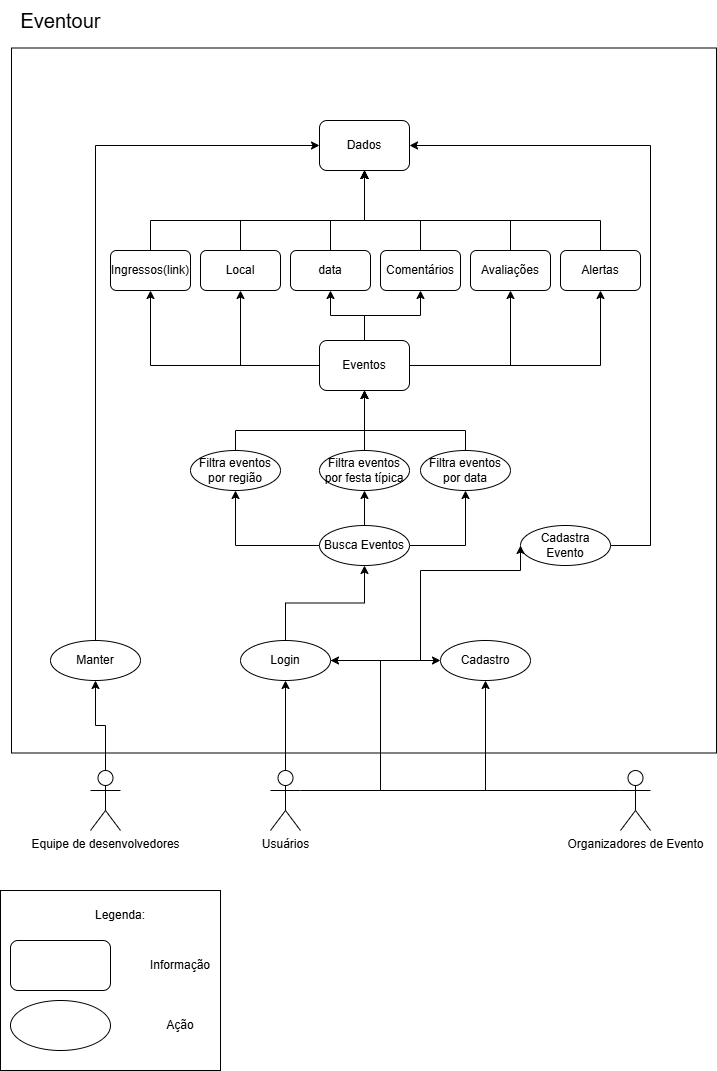
Earlier version of the draw.io export docs/Base/assets/richpicture/Elias.png (UnBArqDsw2024-2/2024.2_G5_Turismo_Entrega_01). Source tidied: cells renumbered, new cells last; positions are measured from the earlier drawing's top-left corner, leaving out a move shared by most shapes.
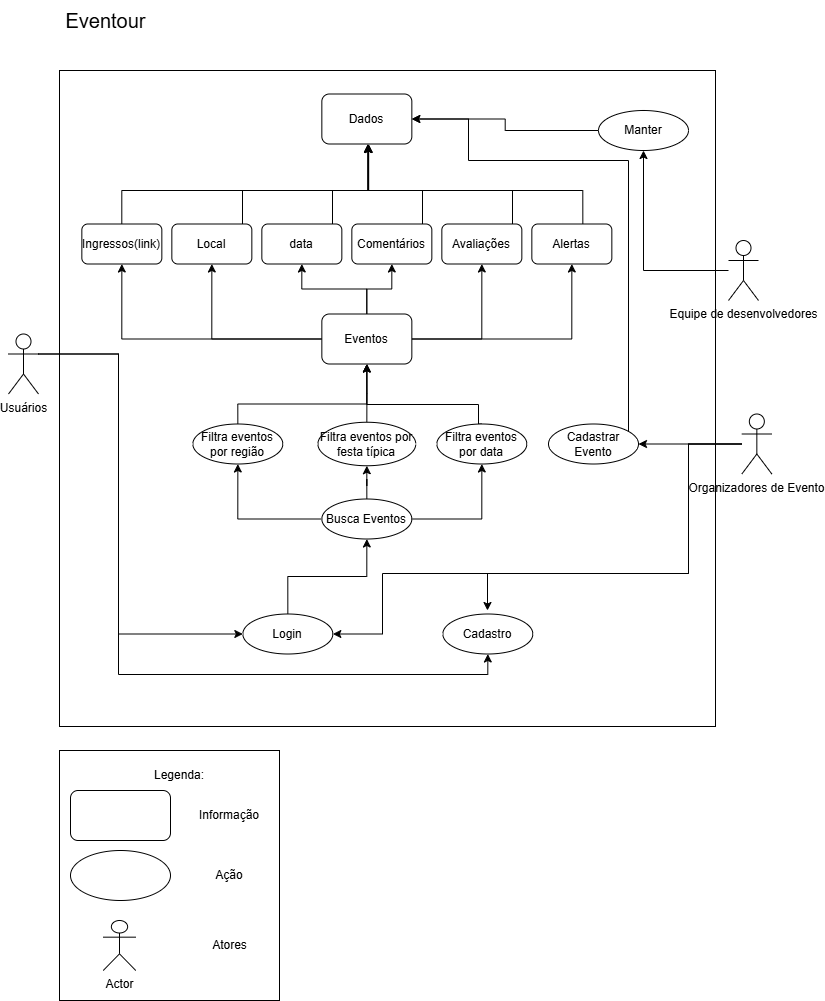
The same diagram one commit later.

What changed in the source:
```diff
@@ -3,19 +3,33 @@
     <mxCell id="0" />
     <mxCell id="1" parent="0" />
     <mxCell id="2" style="rounded=0;whiteSpace=wrap;html=1;" parent="1" vertex="1">
-      <mxGeometry y="890" width="220" height="180" as="geometry" />
+      <mxGeometry x="11" y="780" width="220" height="250" as="geometry" />
     </mxCell>
     <mxCell id="3" value="&lt;span style=&quot;color: rgba(0, 0, 0, 0); font-family: monospace; font-size: 0px; text-align: start; text-wrap-mode: nowrap;&quot;&gt;%3CmxGraphModel%3E%3Croot%3E%3CmxCell%20id%3D%220%22%2F%3E%3CmxCell%20id%3D%221%22%20parent%3D%220%22%2F%3E%3CmxCell%20id%3D%222%22%20value%3D%22Busca%20Eventos%22%20style%3D%22ellipse%3BwhiteSpace%3Dwrap%3Bhtml%3D1%3B%22%20vertex%3D%221%22%20parent%3D%221%22%3E%3CmxGeometry%20x%3D%22250%22%20y%3D%22350%22%20width%3D%2290%22%20height%3D%2240%22%20as%3D%22geometry%22%2F%3E%3C%2FmxCell%3E%3C%2Froot%3E%3C%2FmxGraphModel%3E&lt;/span&gt;" style="whiteSpace=wrap;html=1;fontStyle=1;" parent="1" vertex="1">
-      <mxGeometry x="11" y="47.5" width="705" height="705" as="geometry" />
+      <mxGeometry x="11" y="100" width="656" height="656" as="geometry" />
     </mxCell>
-    <mxCell id="4" style="edgeStyle=orthogonalEdgeStyle;rounded=0;jettySize=auto;html=1;" parent="1" edge="1" source="5" target="23">
-      <mxGeometry relative="1" as="geometry" />
+    <mxCell id="4" style="edgeStyle=orthogonalEdgeStyle;rounded=0;jettySize=auto;html=1;exitX=1;exitY=0.3333333333333333;exitDx=0;exitDy=0;exitPerimeter=0;entryX=0;entryY=0.5;entryDx=0;entryDy=0;" parent="1" edge="1" source="5" target="23">
+      <mxGeometry relative="1" as="geometry">
+        <Array as="points">
+          <mxPoint x="70" y="384" />
+          <mxPoint x="70" y="664" />
+        </Array>
+      </mxGeometry>
     </mxCell>
+    <mxCell id="28" style="edgeStyle=orthogonalEdgeStyle;rounded=0;jettySize=auto;html=1;exitX=1;exitY=0.3333333333333333;exitDx=0;exitDy=0;exitPerimeter=0;entryX=0.5;entryY=1;entryDx=0;entryDy=0;" parent="1" edge="1" source="5" target="17">
+      <mxGeometry relative="1" as="geometry">
+        <Array as="points">
+          <mxPoint x="70" y="384" />
+          <mxPoint x="70" y="704" />
+          <mxPoint x="439" y="704" />
+        </Array>
+      </mxGeometry>
+    </mxCell>
     <mxCell id="5" value="Usuários" style="shape=umlActor;verticalLabelPosition=bottom;verticalAlign=top;html=1;outlineConnect=0;" parent="1" vertex="1">
-      <mxGeometry x="270" y="770" width="30" height="60" as="geometry" />
+      <mxGeometry x="-40" y="363.5" width="30" height="60" as="geometry" />
     </mxCell>
     <mxCell id="6" style="rounded=1;whiteSpace=wrap;html=1;" parent="1" vertex="1">
-      <mxGeometry x="10" y="940" width="100" height="50" as="geometry" />
+      <mxGeometry x="22" y="820" width="100" height="50" as="geometry" />
     </mxCell>
     <mxCell id="7" style="edgeStyle=orthogonalEdgeStyle;rounded=0;jettySize=auto;html=1;entryX=0.5;entryY=1;entryDx=0;entryDy=0;" parent="1" edge="1" source="10" target="30">
       <mxGeometry relative="1" as="geometry" />
@@ -27,158 +41,154 @@
       <mxGeometry relative="1" as="geometry" />
     </mxCell>
     <mxCell id="10" value="Busca Eventos" style="ellipse;whiteSpace=wrap;html=1;" parent="1" vertex="1">
-      <mxGeometry x="319" y="525" width="90" height="40" as="geometry" />
+      <mxGeometry x="273.3" y="528.5" width="90" height="40" as="geometry" />
     </mxCell>
     <mxCell id="11" style="ellipse;whiteSpace=wrap;html=1;" parent="1" vertex="1">
-      <mxGeometry x="10" y="1000" width="100" height="50" as="geometry" />
+      <mxGeometry x="22" y="880" width="100" height="50" as="geometry" />
     </mxCell>
     <mxCell id="12" style="edgeStyle=orthogonalEdgeStyle;rounded=0;jettySize=auto;html=1;entryX=0.5;entryY=1;entryDx=0;entryDy=0;" parent="1" edge="1" source="13" target="49">
       <mxGeometry relative="1" as="geometry">
         <Array as="points">
-          <mxPoint x="235" y="430" />
-          <mxPoint x="364" y="430" />
+          <mxPoint x="189.3" y="433.5" />
+          <mxPoint x="318.3" y="433.5" />
         </Array>
       </mxGeometry>
     </mxCell>
     <mxCell id="13" value="Filtra eventos por região" style="ellipse;whiteSpace=wrap;html=1;" parent="1" vertex="1">
-      <mxGeometry x="190" y="450" width="90" height="40" as="geometry" />
+      <mxGeometry x="144.3" y="453.5" width="90" height="40" as="geometry" />
     </mxCell>
     <mxCell id="14" value="Dados" style="rounded=1;whiteSpace=wrap;html=1;" parent="1" vertex="1">
-      <mxGeometry x="319" y="120" width="90" height="50" as="geometry" />
+      <mxGeometry x="273.3" y="123.5" width="90" height="50" as="geometry" />
     </mxCell>
     <mxCell id="15" style="edgeStyle=orthogonalEdgeStyle;rounded=0;jettySize=auto;html=1;entryX=1;entryY=0.5;entryDx=0;entryDy=0;" parent="1" edge="1" source="16" target="14">
       <mxGeometry relative="1" as="geometry">
         <Array as="points">
-          <mxPoint x="650" y="545" />
-          <mxPoint x="650" y="145" />
+          <mxPoint x="580" y="190" />
+          <mxPoint x="420" y="190" />
+          <mxPoint x="420" y="149" />
         </Array>
       </mxGeometry>
     </mxCell>
-    <mxCell id="16" value="Cadastra Evento" style="ellipse;whiteSpace=wrap;html=1;" parent="1" vertex="1">
-      <mxGeometry x="520" y="525" width="90" height="40" as="geometry" />
+    <mxCell id="16" value="Cadastrar Evento" style="ellipse;whiteSpace=wrap;html=1;" parent="1" vertex="1">
+      <mxGeometry x="500" y="453.5" width="90" height="40" as="geometry" />
     </mxCell>
     <mxCell id="17" value="Cadastro" style="ellipse;whiteSpace=wrap;html=1;" parent="1" vertex="1">
-      <mxGeometry x="440" y="640" width="90" height="40" as="geometry" />
+      <mxGeometry x="394.3" y="643.5" width="90" height="40" as="geometry" />
     </mxCell>
-    <mxCell id="18" style="edgeStyle=orthogonalEdgeStyle;rounded=0;jettySize=auto;html=1;entryX=0.5;entryY=1;entryDx=0;entryDy=0;" parent="1" edge="1" source="20" target="17">
+    <mxCell id="18" style="edgeStyle=orthogonalEdgeStyle;rounded=0;jettySize=auto;html=1;" parent="1" edge="1" source="20">
       <mxGeometry relative="1" as="geometry">
+        <mxPoint x="439" y="640" as="targetPoint" />
         <Array as="points">
-          <mxPoint x="485" y="790" />
+          <mxPoint x="640" y="473" />
+          <mxPoint x="640" y="603" />
+          <mxPoint x="439" y="603" />
         </Array>
       </mxGeometry>
     </mxCell>
     <mxCell id="19" style="edgeStyle=orthogonalEdgeStyle;rounded=0;jettySize=auto;html=1;entryX=1;entryY=0.5;entryDx=0;entryDy=0;" parent="1" edge="1" source="20" target="23">
       <mxGeometry relative="1" as="geometry">
         <Array as="points">
-          <mxPoint x="380" y="790" />
-          <mxPoint x="380" y="660" />
+          <mxPoint x="640" y="473" />
+          <mxPoint x="640" y="603" />
+          <mxPoint x="334" y="603" />
+          <mxPoint x="334" y="663" />
         </Array>
       </mxGeometry>
     </mxCell>
+    <mxCell id="56" style="edgeStyle=orthogonalEdgeStyle;rounded=0;jettySize=auto;html=1;entryX=1;entryY=0.5;entryDx=0;entryDy=0;" parent="1" edge="1" source="20" target="16">
+      <mxGeometry relative="1" as="geometry" />
+    </mxCell>
     <mxCell id="20" value="Organizadores de Evento" style="shape=umlActor;verticalLabelPosition=bottom;verticalAlign=top;html=1;outlineConnect=0;" parent="1" vertex="1">
-      <mxGeometry x="620" y="770" width="30" height="60" as="geometry" />
+      <mxGeometry x="693.3" y="443.5" width="30" height="60" as="geometry" />
     </mxCell>
     <mxCell id="21" style="edgeStyle=orthogonalEdgeStyle;rounded=0;jettySize=auto;html=1;entryX=0.5;entryY=1;entryDx=0;entryDy=0;" parent="1" edge="1" source="23" target="10">
       <mxGeometry relative="1" as="geometry" />
     </mxCell>
-    <mxCell id="22" style="edgeStyle=orthogonalEdgeStyle;rounded=0;jettySize=auto;html=1;entryX=0;entryY=0.5;entryDx=0;entryDy=0;" parent="1" edge="1" source="23" target="16">
-      <mxGeometry relative="1" as="geometry">
-        <Array as="points">
-          <mxPoint x="420" y="660" />
-          <mxPoint x="420" y="570" />
-          <mxPoint x="520" y="570" />
-        </Array>
-      </mxGeometry>
-    </mxCell>
     <mxCell id="23" value="Login" style="ellipse;whiteSpace=wrap;html=1;" parent="1" vertex="1">
-      <mxGeometry x="240" y="640" width="90" height="40" as="geometry" />
+      <mxGeometry x="194.3" y="643.5" width="90" height="40" as="geometry" />
     </mxCell>
     <mxCell id="24" value="Legenda:" style="text;html=1;align=center;verticalAlign=middle;whiteSpace=wrap;rounded=0;" parent="1" vertex="1">
-      <mxGeometry x="90" y="900" width="60" height="30" as="geometry" />
+      <mxGeometry x="101" y="790" width="60" height="30" as="geometry" />
     </mxCell>
     <mxCell id="25" value="Informação" style="text;html=1;align=center;verticalAlign=middle;whiteSpace=wrap;rounded=0;" parent="1" vertex="1">
-      <mxGeometry x="150" y="950" width="60" height="30" as="geometry" />
+      <mxGeometry x="151" y="830" width="60" height="30" as="geometry" />
     </mxCell>
     <mxCell id="26" value="Ação" style="text;html=1;align=center;verticalAlign=middle;whiteSpace=wrap;rounded=0;" parent="1" vertex="1">
-      <mxGeometry x="150" y="1010" width="60" height="30" as="geometry" />
+      <mxGeometry x="151" y="890" width="60" height="30" as="geometry" />
     </mxCell>
     <mxCell id="27" value="&lt;font style=&quot;font-size: 20px;&quot;&gt;Eventour&lt;/font&gt;" style="text;html=1;align=center;verticalAlign=middle;whiteSpace=wrap;rounded=0;" parent="1" vertex="1">
-      <mxGeometry x="16.7" width="86.7" height="40" as="geometry" />
+      <mxGeometry x="14.3" y="30" width="86.7" height="40" as="geometry" />
     </mxCell>
-    <mxCell id="28" style="edgeStyle=orthogonalEdgeStyle;rounded=0;jettySize=auto;html=1;entryX=0;entryY=0.5;entryDx=0;entryDy=0;exitX=1;exitY=0.3333333333333333;exitDx=0;exitDy=0;exitPerimeter=0;" parent="1" edge="1" source="5" target="17">
-      <mxGeometry relative="1" as="geometry">
-        <Array as="points">
-          <mxPoint x="380" y="790" />
-          <mxPoint x="380" y="660" />
-        </Array>
-      </mxGeometry>
-    </mxCell>
     <mxCell id="29" style="edgeStyle=orthogonalEdgeStyle;rounded=0;jettySize=auto;html=1;" parent="1" edge="1" source="30" target="49">
       <mxGeometry relative="1" as="geometry" />
     </mxCell>
     <mxCell id="30" value="Filtra eventos por festa típica" style="ellipse;whiteSpace=wrap;html=1;" parent="1" vertex="1">
-      <mxGeometry x="319" y="450" width="90" height="40" as="geometry" />
+      <mxGeometry x="269.4" y="451.8" width="97.9" height="43.5" as="geometry" />
     </mxCell>
-    <mxCell id="31" style="edgeStyle=orthogonalEdgeStyle;rounded=0;jettySize=auto;html=1;entryX=0.5;entryY=1;entryDx=0;entryDy=0;" parent="1" edge="1" source="32" target="14">
+    <mxCell id="31" style="edgeStyle=orthogonalEdgeStyle;rounded=0;jettySize=auto;html=1;entryX=0.52;entryY=1.011;entryDx=0;entryDy=0;entryPerimeter=0;" parent="1" edge="1" source="32" target="14">
       <mxGeometry relative="1" as="geometry">
         <Array as="points">
-          <mxPoint x="240" y="220" />
-          <mxPoint x="364" y="220" />
+          <mxPoint x="194" y="220" />
+          <mxPoint x="320" y="220" />
+          <mxPoint x="320" y="174" />
         </Array>
       </mxGeometry>
     </mxCell>
     <mxCell id="32" value="Local" style="rounded=1;whiteSpace=wrap;html=1;" parent="1" vertex="1">
-      <mxGeometry x="200" y="250" width="80" height="40" as="geometry" />
+      <mxGeometry x="123.3" y="253.5" width="80" height="40" as="geometry" />
     </mxCell>
-    <mxCell id="33" style="edgeStyle=orthogonalEdgeStyle;rounded=0;jettySize=auto;html=1;entryX=0.5;entryY=1;entryDx=0;entryDy=0;" parent="1" edge="1" source="34" target="14">
+    <mxCell id="33" style="edgeStyle=orthogonalEdgeStyle;rounded=0;jettySize=auto;html=1;entryX=0.519;entryY=1;entryDx=0;entryDy=0;entryPerimeter=0;" parent="1" edge="1" source="34" target="14">
       <mxGeometry relative="1" as="geometry">
         <Array as="points">
-          <mxPoint x="330" y="220" />
-          <mxPoint x="364" y="220" />
+          <mxPoint x="284" y="220" />
+          <mxPoint x="320" y="220" />
         </Array>
       </mxGeometry>
     </mxCell>
     <mxCell id="34" value="data" style="rounded=1;whiteSpace=wrap;html=1;" parent="1" vertex="1">
-      <mxGeometry x="290" y="250" width="80" height="40" as="geometry" />
+      <mxGeometry x="213.3" y="253.5" width="80" height="40" as="geometry" />
     </mxCell>
-    <mxCell id="35" style="edgeStyle=orthogonalEdgeStyle;rounded=0;jettySize=auto;html=1;entryX=0.5;entryY=1;entryDx=0;entryDy=0;" parent="1" edge="1" source="36" target="14">
+    <mxCell id="35" style="edgeStyle=orthogonalEdgeStyle;rounded=0;jettySize=auto;html=1;entryX=0.513;entryY=1.002;entryDx=0;entryDy=0;entryPerimeter=0;" parent="1" edge="1" source="36" target="14">
       <mxGeometry relative="1" as="geometry">
         <Array as="points">
-          <mxPoint x="420" y="220" />
-          <mxPoint x="364" y="220" />
+          <mxPoint x="374" y="220" />
+          <mxPoint x="320" y="220" />
+          <mxPoint x="320" y="174" />
         </Array>
       </mxGeometry>
     </mxCell>
     <mxCell id="36" value="Comentários" style="rounded=1;whiteSpace=wrap;html=1;" parent="1" vertex="1">
-      <mxGeometry x="380" y="250" width="80" height="40" as="geometry" />
+      <mxGeometry x="303.3" y="253.5" width="80" height="40" as="geometry" />
     </mxCell>
-    <mxCell id="37" style="edgeStyle=orthogonalEdgeStyle;rounded=0;jettySize=auto;html=1;entryX=0.5;entryY=1;entryDx=0;entryDy=0;" parent="1" edge="1" source="38" target="14">
+    <mxCell id="37" style="edgeStyle=orthogonalEdgeStyle;rounded=0;jettySize=auto;html=1;entryX=0.514;entryY=1;entryDx=0;entryDy=0;entryPerimeter=0;" parent="1" edge="1" source="38" target="14">
       <mxGeometry relative="1" as="geometry">
         <Array as="points">
-          <mxPoint x="510" y="220" />
-          <mxPoint x="364" y="220" />
+          <mxPoint x="464" y="220" />
+          <mxPoint x="320" y="220" />
+          <mxPoint x="320" y="174" />
         </Array>
       </mxGeometry>
     </mxCell>
     <mxCell id="38" value="Avaliações" style="rounded=1;whiteSpace=wrap;html=1;" parent="1" vertex="1">
-      <mxGeometry x="470" y="250" width="80" height="40" as="geometry" />
+      <mxGeometry x="393.3" y="253.5" width="80" height="40" as="geometry" />
     </mxCell>
-    <mxCell id="39" style="edgeStyle=orthogonalEdgeStyle;rounded=0;jettySize=auto;html=1;entryX=0.5;entryY=1;entryDx=0;entryDy=0;" parent="1" edge="1" source="40" target="49">
+    <mxCell id="39" style="edgeStyle=orthogonalEdgeStyle;rounded=0;jettySize=auto;html=1;entryX=0.5;entryY=1;entryDx=0;entryDy=0;exitX=0.5;exitY=0;exitDx=0;exitDy=0;" parent="1" edge="1" source="40" target="49">
       <mxGeometry relative="1" as="geometry">
         <Array as="points">
-          <mxPoint x="465" y="430" />
-          <mxPoint x="364" y="430" />
+          <mxPoint x="430" y="454" />
+          <mxPoint x="430" y="434" />
+          <mxPoint x="318" y="434" />
         </Array>
       </mxGeometry>
     </mxCell>
     <mxCell id="40" value="Filtra eventos por data" style="ellipse;whiteSpace=wrap;html=1;" parent="1" vertex="1">
-      <mxGeometry x="420" y="450" width="90" height="40" as="geometry" />
+      <mxGeometry x="388.3" y="453.5" width="90" height="40" as="geometry" />
     </mxCell>
     <mxCell id="41" style="edgeStyle=orthogonalEdgeStyle;rounded=0;jettySize=auto;html=1;entryX=0.5;entryY=1;entryDx=0;entryDy=0;" parent="1" edge="1" source="42" target="51">
       <mxGeometry relative="1" as="geometry" />
     </mxCell>
     <mxCell id="42" value="Equipe de desenvolvedores" style="shape=umlActor;verticalLabelPosition=bottom;verticalAlign=top;html=1;outlineConnect=0;" parent="1" vertex="1">
-      <mxGeometry x="90" y="770" width="30" height="60" as="geometry" />
+      <mxGeometry x="680" y="270" width="30" height="60" as="geometry" />
     </mxCell>
     <mxCell id="43" style="edgeStyle=orthogonalEdgeStyle;rounded=0;jettySize=auto;html=1;entryX=0.5;entryY=1;entryDx=0;entryDy=0;" parent="1" edge="1" source="49" target="34">
       <mxGeometry relative="1" as="geometry" />
@@ -199,39 +209,44 @@
       <mxGeometry relative="1" as="geometry" />
     </mxCell>
     <mxCell id="49" value="Eventos" style="rounded=1;whiteSpace=wrap;html=1;" parent="1" vertex="1">
-      <mxGeometry x="319" y="340" width="90" height="50" as="geometry" />
+      <mxGeometry x="273.3" y="343.5" width="90" height="50" as="geometry" />
     </mxCell>
-    <mxCell id="50" style="edgeStyle=orthogonalEdgeStyle;rounded=0;jettySize=auto;html=1;entryX=0;entryY=0.5;entryDx=0;entryDy=0;" parent="1" edge="1" source="51" target="14">
-      <mxGeometry relative="1" as="geometry">
-        <Array as="points">
-          <mxPoint x="95" y="145" />
-        </Array>
-      </mxGeometry>
+    <mxCell id="50" style="edgeStyle=orthogonalEdgeStyle;rounded=0;jettySize=auto;html=1;entryX=1;entryY=0.5;entryDx=0;entryDy=0;" parent="1" edge="1" source="51" target="14">
+      <mxGeometry relative="1" as="geometry" />
     </mxCell>
     <mxCell id="51" value="Manter" style="ellipse;whiteSpace=wrap;html=1;" parent="1" vertex="1">
-      <mxGeometry x="50" y="640" width="90" height="40" as="geometry" />
+      <mxGeometry x="550" y="140" width="90" height="40" as="geometry" />
     </mxCell>
-    <mxCell id="52" style="edgeStyle=orthogonalEdgeStyle;rounded=0;jettySize=auto;html=1;entryX=0.5;entryY=1;entryDx=0;entryDy=0;" parent="1" edge="1" source="53" target="14">
+    <mxCell id="52" style="edgeStyle=orthogonalEdgeStyle;rounded=0;jettySize=auto;html=1;entryX=0.512;entryY=1.006;entryDx=0;entryDy=0;entryPerimeter=0;" parent="1" edge="1" source="53" target="14">
       <mxGeometry relative="1" as="geometry">
         <Array as="points">
-          <mxPoint x="150" y="220" />
-          <mxPoint x="364" y="220" />
+          <mxPoint x="73" y="220" />
+          <mxPoint x="320" y="220" />
+          <mxPoint x="320" y="174" />
         </Array>
       </mxGeometry>
     </mxCell>
     <mxCell id="53" value="Ingressos(link)" style="rounded=1;whiteSpace=wrap;html=1;" parent="1" vertex="1">
-      <mxGeometry x="110" y="250" width="80" height="40" as="geometry" />
+      <mxGeometry x="33.3" y="253.5" width="80" height="40" as="geometry" />
     </mxCell>
-    <mxCell id="54" style="edgeStyle=orthogonalEdgeStyle;rounded=0;jettySize=auto;html=1;entryX=0.5;entryY=1;entryDx=0;entryDy=0;" parent="1" edge="1" source="55" target="14">
+    <mxCell id="54" style="edgeStyle=orthogonalEdgeStyle;rounded=0;orthogonalLoop=1;jettySize=auto;html=1;" parent="1" edge="1">
       <mxGeometry relative="1" as="geometry">
+        <mxPoint x="534.3" y="253.5" as="sourcePoint" />
+        <mxPoint x="320" y="174" as="targetPoint" />
         <Array as="points">
-          <mxPoint x="600" y="220" />
-          <mxPoint x="364" y="220" />
+          <mxPoint x="534" y="220" />
+          <mxPoint x="320" y="220" />
         </Array>
       </mxGeometry>
     </mxCell>
     <mxCell id="55" value="Alertas" style="rounded=1;whiteSpace=wrap;html=1;" parent="1" vertex="1">
-      <mxGeometry x="560" y="250" width="80" height="40" as="geometry" />
+      <mxGeometry x="483.3" y="253.5" width="80" height="40" as="geometry" />
     </mxCell>
+    <mxCell id="57" value="Actor" style="shape=umlActor;verticalLabelPosition=bottom;verticalAlign=top;html=1;" parent="1" vertex="1">
+      <mxGeometry x="54.8" y="950" width="32.5" height="50" as="geometry" />
+    </mxCell>
+    <mxCell id="58" value="Atores" style="text;html=1;align=center;verticalAlign=middle;strokeColor=none;fillColor=none;" parent="1" vertex="1">
+      <mxGeometry x="151" y="960" width="60" height="30" as="geometry" />
+    </mxCell>
   </root>
 </mxGraphModel>
```
